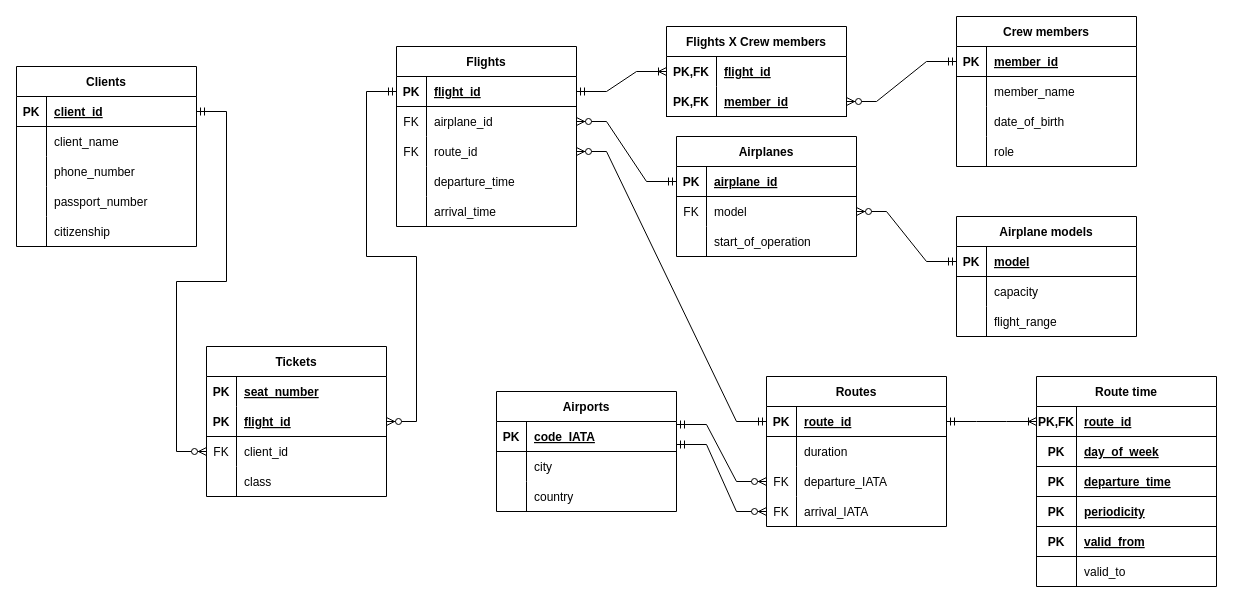
Before: model/Logical_model.drawio in Slava314/DBProject, a draw.io diagram. Source tidied: cells renumbered, new cells numbered last; positions are measured from the earlier drawing's top-left corner, leaving out a move shared by most shapes. Both pictures are drawn from the tidied source at 100%, with x=0, y=0 at pixel (16, 16).
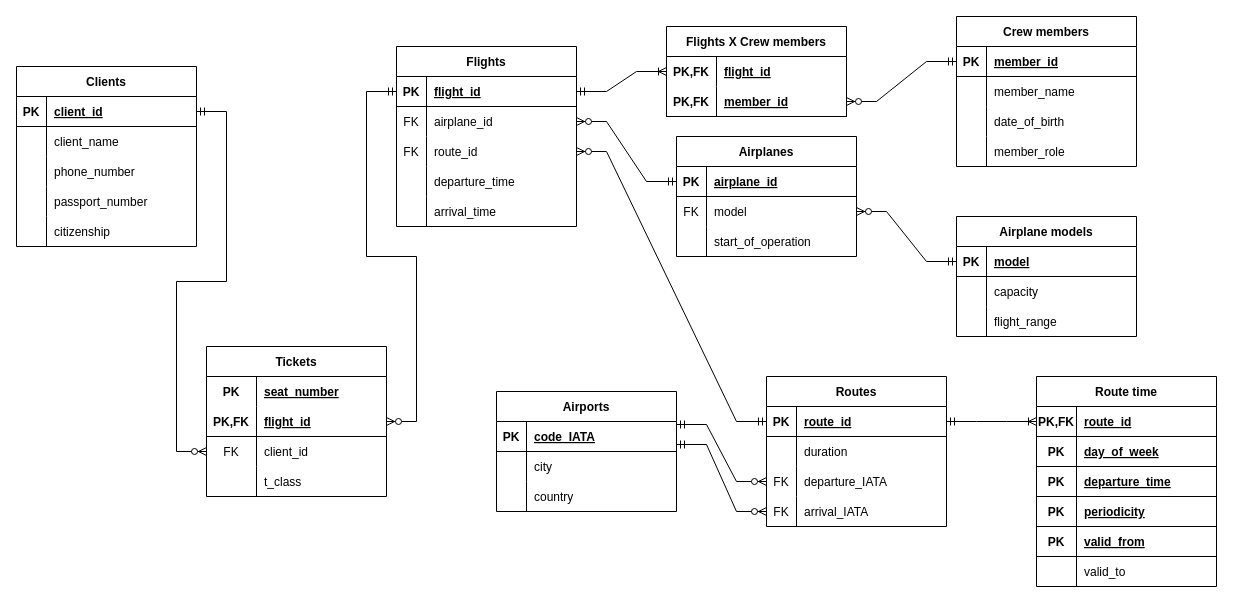
Above is the later version.

The change refers to these unchanged cells:
```xml
<mxCell id="77" style="shape=tableRow;horizontal=0;startSize=0;swimlaneHead=0;swimlaneBody=0;fillColor=none;top=0;left=0;right=0;bottom=0;" parent="67" vertex="1">
  <mxGeometry y="120" width="180" height="30" as="geometry" />
</mxCell>
<mxCell id="88" style="shape=tableRow;horizontal=0;startSize=0;swimlaneHead=0;swimlaneBody=0;fillColor=none;top=0;left=0;right=0;bottom=0;" parent="87" vertex="1">
  <mxGeometry y="30" width="180" height="30" as="geometry" />
</mxCell>
<mxCell id="91" style="shape=tableRow;horizontal=0;startSize=0;swimlaneHead=0;swimlaneBody=0;fillColor=none;points=[[0,0.5],[1,0.5]];portConstraint=eastwest;top=0;left=0;right=0;bottom=1;" parent="87" vertex="1">
  <mxGeometry y="60" width="180" height="30" as="geometry" />
</mxCell>
<mxCell id="94" style="shape=tableRow;horizontal=0;startSize=0;swimlaneHead=0;swimlaneBody=0;fillColor=none;points=[[0,0.5],[1,0.5]];portConstraint=eastwest;top=0;left=0;right=0;bottom=0;" parent="87" vertex="1">
  <mxGeometry y="90" width="180" height="30" as="geometry" />
</mxCell>
<mxCell id="97" style="shape=tableRow;horizontal=0;startSize=0;swimlaneHead=0;swimlaneBody=0;fillColor=none;top=0;left=0;right=0;bottom=0;" parent="87" vertex="1">
  <mxGeometry y="120" width="180" height="30" as="geometry" />
</mxCell>
```

Change to the diagram source:
```diff
@@
-    <mxCell id="79" value="role" style="shape=partialRectangle;fillColor=none;top=0;left=0;bottom=0;right=0;align=left;spacingLeft=6;overflow=hidden;" parent="77" vertex="1">
+    <mxCell id="79" value="member_role" style="shape=partialRectangle;fillColor=none;top=0;left=0;bottom=0;right=0;align=left;spacingLeft=6;overflow=hidden;" parent="77" vertex="1">
       <mxGeometry x="30" width="150" height="30" as="geometry" />
     </mxCell>
@@
     <mxCell id="89" value="PK" style="shape=partialRectangle;fillColor=none;top=0;left=0;bottom=0;right=0;fontStyle=1;overflow=hidden;" parent="88" vertex="1">
-      <mxGeometry width="30" height="30" as="geometry" />
+      <mxGeometry width="50" height="30" as="geometry" />
     </mxCell>
     <mxCell id="90" value="seat_number" style="shape=partialRectangle;fillColor=none;top=0;left=0;bottom=0;right=0;align=left;spacingLeft=6;fontStyle=5;overflow=hidden;" parent="88" vertex="1">
-      <mxGeometry x="30" width="150" height="30" as="geometry" />
+      <mxGeometry x="50" width="130" height="30" as="geometry" />
     </mxCell>
@@
-    <mxCell id="92" value="PK" style="shape=partialRectangle;fillColor=none;top=0;left=0;bottom=0;right=0;fontStyle=1;overflow=hidden;" parent="91" vertex="1">
-      <mxGeometry width="30" height="30" as="geometry" />
+    <mxCell id="92" value="PK,FK" style="shape=partialRectangle;fillColor=none;top=0;left=0;bottom=0;right=0;fontStyle=1;overflow=hidden;" parent="91" vertex="1">
+      <mxGeometry width="50" height="30" as="geometry" />
     </mxCell>
     <mxCell id="93" value="flight_id" style="shape=partialRectangle;fillColor=none;top=0;left=0;bottom=0;right=0;align=left;spacingLeft=6;fontStyle=5;overflow=hidden;" parent="91" vertex="1">
-      <mxGeometry x="30" width="150" height="30" as="geometry" />
+      <mxGeometry x="50" width="130" height="30" as="geometry" />
     </mxCell>
@@
     <mxCell id="95" value="FK" style="shape=partialRectangle;fillColor=none;top=0;left=0;bottom=0;right=0;overflow=hidden;" parent="94" vertex="1">
-      <mxGeometry width="30" height="30" as="geometry" />
+      <mxGeometry width="50" height="30" as="geometry" />
     </mxCell>
     <mxCell id="96" value="client_id" style="shape=partialRectangle;fillColor=none;top=0;left=0;bottom=0;right=0;align=left;spacingLeft=6;overflow=hidden;" parent="94" vertex="1">
-      <mxGeometry x="30" width="150" height="30" as="geometry" />
+      <mxGeometry x="50" width="130" height="30" as="geometry" />
     </mxCell>
@@
     <mxCell id="98" style="shape=partialRectangle;fillColor=none;top=0;left=0;bottom=0;right=0;overflow=hidden;" parent="97" vertex="1">
-      <mxGeometry width="30" height="30" as="geometry" />
+      <mxGeometry width="50" height="30" as="geometry" />
     </mxCell>
-    <mxCell id="99" value="class" style="shape=partialRectangle;fillColor=none;top=0;left=0;bottom=0;right=0;align=left;spacingLeft=6;overflow=hidden;" parent="97" vertex="1">
-      <mxGeometry x="30" width="150" height="30" as="geometry" />
+    <mxCell id="99" value="t_class" style="shape=partialRectangle;fillColor=none;top=0;left=0;bottom=0;right=0;align=left;spacingLeft=6;overflow=hidden;" parent="97" vertex="1">
+      <mxGeometry x="50" width="130" height="30" as="geometry" />
     </mxCell>
```
